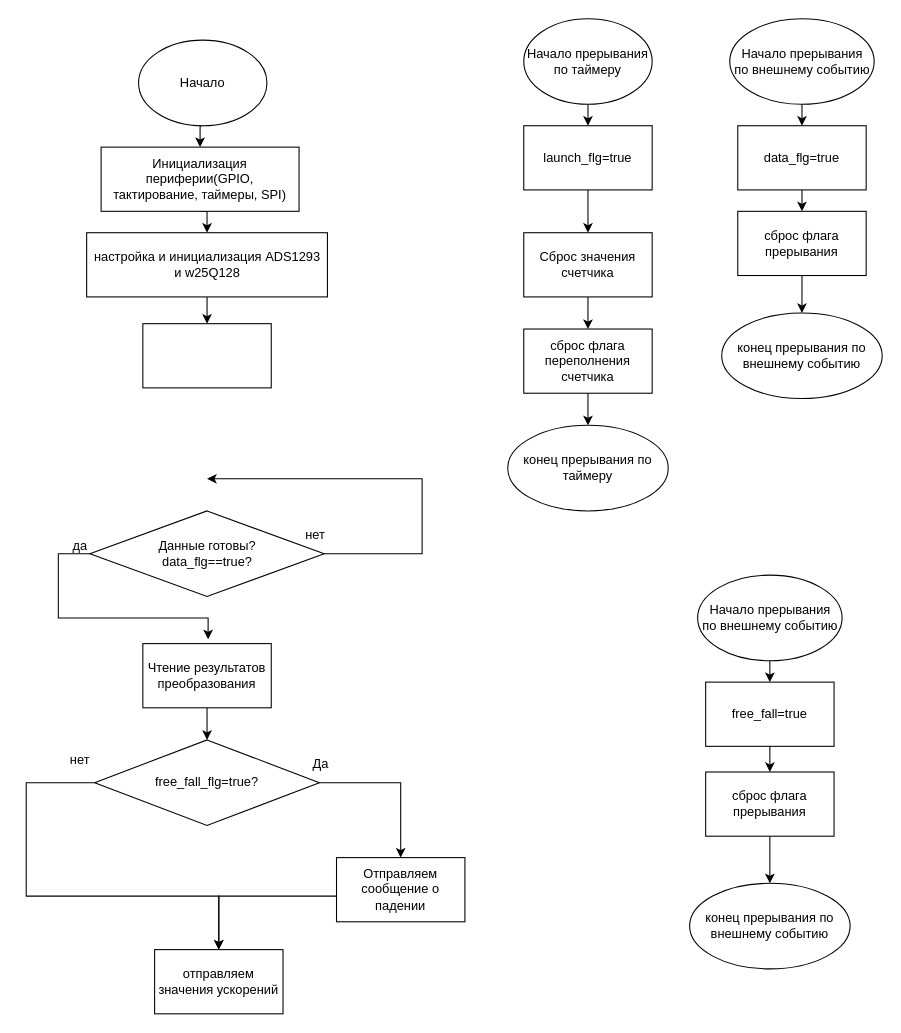
This is 16var(vr)/vanda.drawio from sogonov/kursachiki, a draw.io file, before an edit. Source tidied: cells renumbered, new cells numbered last; positions are measured from the earlier drawing's top-left corner, leaving out a move shared by most shapes. Both pictures are drawn from the tidied source at 107%, with x=0, y=0 at pixel (26, 18).
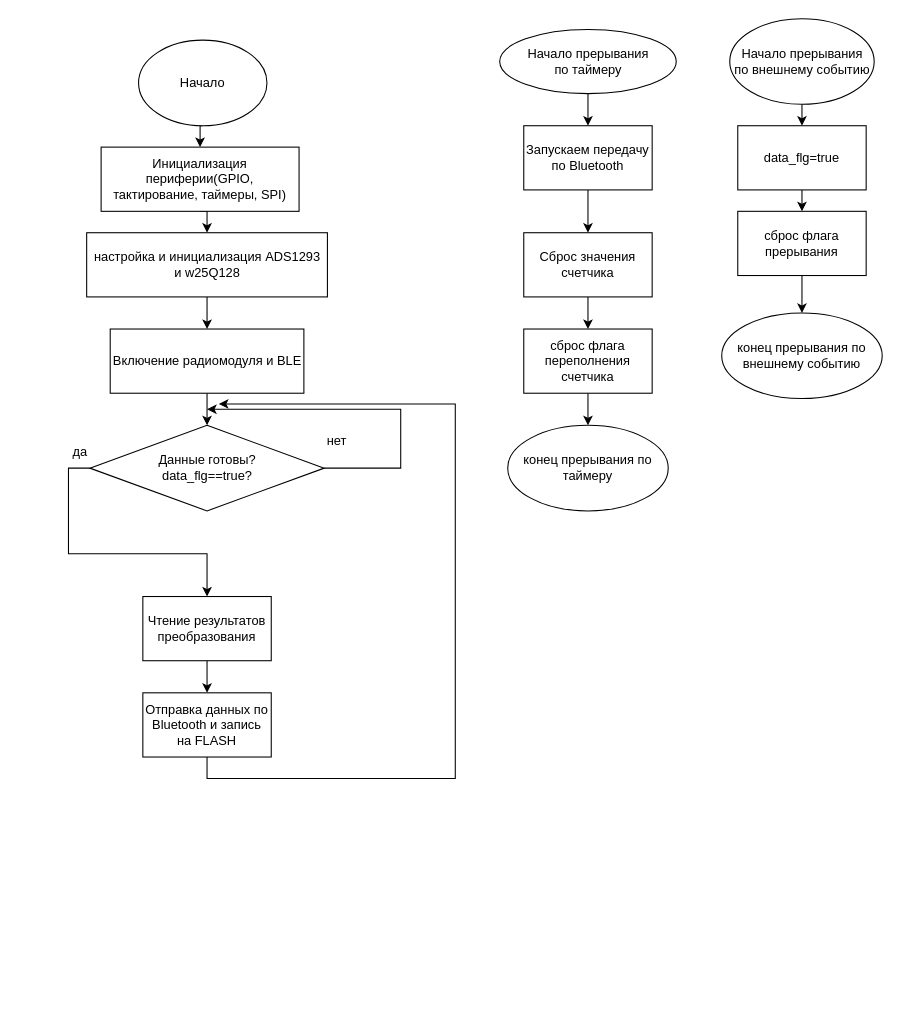
After the change.

Change to the diagram source:
```diff
@@
     <mxCell id="9" value="Начало прерывания&lt;br&gt;по таймеру" style="ellipse;whiteSpace=wrap;html=1;" parent="1" vertex="1">
-      <mxGeometry x="465" width="120" height="80" as="geometry" />
+      <mxGeometry x="442.5" y="10" width="165" height="60" as="geometry" />
     </mxCell>
@@
-    <mxCell id="11" value="launch_flg=true" style="rounded=0;whiteSpace=wrap;html=1;" parent="1" vertex="1">
+    <mxCell id="11" value="Запускаем передачу по Bluetooth" style="rounded=0;whiteSpace=wrap;html=1;" parent="1" vertex="1">
       <mxGeometry x="465" y="100" width="120" height="60" as="geometry" />
     </mxCell>
@@
-    <mxCell id="22" style="edgeStyle=orthogonalEdgeStyle;rounded=0;jettySize=auto;html=1;exitX=0.5;exitY=1;exitDx=0;exitDy=0;entryX=0.5;entryY=0;entryDx=0;entryDy=0;" parent="1" edge="1" source="23" target="26">
-      <mxGeometry relative="1" as="geometry" />
-    </mxCell>
-    <mxCell id="23" value="Чтение результатов преобразования" style="whiteSpace=wrap;html=1;" parent="1" vertex="1">
-      <mxGeometry x="109" y="584" width="120" height="60" as="geometry" />
-    </mxCell>
-    <mxCell id="24" style="edgeStyle=orthogonalEdgeStyle;rounded=0;jettySize=auto;html=1;" parent="1" edge="1" source="26" target="30">
-      <mxGeometry relative="1" as="geometry" />
-    </mxCell>
-    <mxCell id="25" style="edgeStyle=orthogonalEdgeStyle;rounded=0;jettySize=auto;html=1;entryX=0.5;entryY=0;entryDx=0;entryDy=0;" parent="1" edge="1" source="26" target="36">
-      <mxGeometry relative="1" as="geometry">
-        <Array as="points">
-          <mxPoint y="714" />
-          <mxPoint y="820" />
-          <mxPoint x="180" y="820" />
-        </Array>
-      </mxGeometry>
-    </mxCell>
-    <mxCell id="26" value="free_fall_flg=true?" style="rhombus;whiteSpace=wrap;html=1;" parent="1" vertex="1">
-      <mxGeometry x="64" y="674" width="210" height="80" as="geometry" />
-    </mxCell>
-    <mxCell id="27" value="нет" style="text;html=1;align=center;verticalAlign=middle;strokeColor=none;fillColor=none;" parent="1" vertex="1">
-      <mxGeometry x="30" y="678" width="40" height="30" as="geometry" />
-    </mxCell>
-    <mxCell id="28" value="Да" style="text;html=1;align=center;verticalAlign=middle;strokeColor=none;fillColor=none;" parent="1" vertex="1">
-      <mxGeometry x="255" y="682" width="40" height="30" as="geometry" />
-    </mxCell>
-    <mxCell id="29" style="edgeStyle=orthogonalEdgeStyle;rounded=0;jettySize=auto;html=1;" parent="1" edge="1" source="30" target="36">
-      <mxGeometry relative="1" as="geometry">
-        <Array as="points">
-          <mxPoint x="180" y="820" />
-        </Array>
-      </mxGeometry>
-    </mxCell>
-    <mxCell id="30" value="Отправляем сообщение о падении" style="whiteSpace=wrap;html=1;" parent="1" vertex="1">
-      <mxGeometry x="290" y="784" width="120" height="60" as="geometry" />
-    </mxCell>
-    <mxCell id="31" style="edgeStyle=orthogonalEdgeStyle;rounded=0;jettySize=auto;html=1;exitX=0;exitY=0.5;exitDx=0;exitDy=0;" parent="1" edge="1" source="33">
-      <mxGeometry relative="1" as="geometry">
-        <mxPoint x="170" y="580" as="targetPoint" />
-        <Array as="points">
-          <mxPoint x="30" y="500" />
-          <mxPoint x="30" y="560" />
-          <mxPoint x="170" y="560" />
-        </Array>
-      </mxGeometry>
-    </mxCell>
-    <mxCell id="32" style="edgeStyle=orthogonalEdgeStyle;rounded=0;jettySize=auto;html=1;" parent="1" edge="1" source="33">
-      <mxGeometry relative="1" as="geometry">
-        <mxPoint x="169" y="430" as="targetPoint" />
-        <Array as="points">
-          <mxPoint x="370" y="500" />
-          <mxPoint x="370" y="430" />
-        </Array>
-      </mxGeometry>
-    </mxCell>
+    <mxCell id="47" style="edgeStyle=orthogonalEdgeStyle;rounded=0;jettySize=auto;html=1;" parent="1" edge="1" source="33">
+      <mxGeometry relative="1" as="geometry">
+        <mxPoint x="169" y="365" as="targetPoint" />
+        <Array as="points">
+          <mxPoint x="350" y="420" />
+          <mxPoint x="350" y="365" />
+        </Array>
+      </mxGeometry>
+    </mxCell>
     <mxCell id="33" value="Данные готовы?&lt;br style=&quot;border-color: var(--border-color);&quot;&gt;data_flg==true?" style="rhombus;whiteSpace=wrap;html=1;" parent="1" vertex="1">
-      <mxGeometry x="59.5" y="460" width="219" height="80" as="geometry" />
+      <mxGeometry x="59.5" y="380" width="219" height="80" as="geometry" />
     </mxCell>
     <mxCell id="34" value="да" style="text;html=1;align=center;verticalAlign=middle;strokeColor=none;fillColor=none;" parent="1" vertex="1">
-      <mxGeometry x="30" y="478" width="40" height="30" as="geometry" />
+      <mxGeometry x="30" y="390" width="40" height="30" as="geometry" />
     </mxCell>
     <mxCell id="35" value="нет" style="text;html=1;align=center;verticalAlign=middle;strokeColor=none;fillColor=none;" parent="1" vertex="1">
-      <mxGeometry x="250" y="468" width="40" height="30" as="geometry" />
+      <mxGeometry x="270" y="380" width="40" height="30" as="geometry" />
     </mxCell>
-    <mxCell id="36" value="отправляем значения ускорений" style="whiteSpace=wrap;html=1;" parent="1" vertex="1">
-      <mxGeometry x="120" y="870" width="120" height="60" as="geometry" />
-    </mxCell>
-    <mxCell id="37" style="edgeStyle=orthogonalEdgeStyle;rounded=0;jettySize=auto;html=1;exitX=0.5;exitY=1;exitDx=0;exitDy=0;entryX=0.5;entryY=0;entryDx=0;entryDy=0;" parent="1" edge="1" source="38" target="40">
-      <mxGeometry relative="1" as="geometry" />
-    </mxCell>
-    <mxCell id="38" value="Начало прерывания&lt;br&gt;по внешнему событию" style="ellipse;whiteSpace=wrap;html=1;" parent="1" vertex="1">
-      <mxGeometry x="627.5" y="520" width="135" height="80" as="geometry" />
-    </mxCell>
-    <mxCell id="39" style="edgeStyle=orthogonalEdgeStyle;rounded=0;jettySize=auto;html=1;exitX=0.5;exitY=1;exitDx=0;exitDy=0;entryX=0.5;entryY=0;entryDx=0;entryDy=0;" parent="1" edge="1" source="43" target="41">
-      <mxGeometry relative="1" as="geometry" />
-    </mxCell>
-    <mxCell id="40" value="free_fall=true" style="rounded=0;whiteSpace=wrap;html=1;" parent="1" vertex="1">
-      <mxGeometry x="635" y="620" width="120" height="60" as="geometry" />
-    </mxCell>
-    <mxCell id="41" value="конец прерывания по внешнему событию" style="ellipse;whiteSpace=wrap;html=1;rounded=0;" parent="1" vertex="1">
-      <mxGeometry x="620" y="808" width="150" height="80" as="geometry" />
-    </mxCell>
-    <mxCell id="42" style="edgeStyle=orthogonalEdgeStyle;rounded=0;jettySize=auto;html=1;exitX=0.5;exitY=1;exitDx=0;exitDy=0;entryX=0.5;entryY=0;entryDx=0;entryDy=0;" parent="1" edge="1" source="40" target="43">
-      <mxGeometry relative="1" as="geometry" />
-    </mxCell>
-    <mxCell id="43" value="сброс флага прерывания" style="rounded=0;whiteSpace=wrap;html=1;" parent="1" vertex="1">
-      <mxGeometry x="635" y="704" width="120" height="60" as="geometry" />
-    </mxCell>
@@
+    <mxCell id="48" style="edgeStyle=orthogonalEdgeStyle;rounded=0;jettySize=auto;html=1;" parent="1" edge="1" source="46">
+      <mxGeometry relative="1" as="geometry">
+        <mxPoint x="169" y="380" as="targetPoint" />
+      </mxGeometry>
+    </mxCell>
-    <mxCell id="46" style="whiteSpace=wrap;html=1;rounded=0;" parent="1" vertex="1">
-      <mxGeometry x="109" y="285" width="120" height="60" as="geometry" />
+    <mxCell id="46" value="Включение радиомодуля и BLE" style="whiteSpace=wrap;html=1;rounded=0;" parent="1" vertex="1">
+      <mxGeometry x="78.5" y="290" width="181" height="60" as="geometry" />
     </mxCell>
+    <mxCell id="49" style="edgeStyle=orthogonalEdgeStyle;rounded=0;jettySize=auto;html=1;exitX=0;exitY=0.5;exitDx=0;exitDy=0;" parent="1" edge="1" source="33" target="23">
+      <mxGeometry relative="1" as="geometry" />
+    </mxCell>
+    <mxCell id="50" style="edgeStyle=orthogonalEdgeStyle;rounded=0;jettySize=auto;html=1;" parent="1" edge="1" source="23" target="52">
+      <mxGeometry relative="1" as="geometry" />
+    </mxCell>
+    <mxCell id="23" value="Чтение результатов преобразования" style="whiteSpace=wrap;html=1;" parent="1" vertex="1">
+      <mxGeometry x="109" y="540" width="120" height="60" as="geometry" />
+    </mxCell>
+    <mxCell id="51" style="edgeStyle=orthogonalEdgeStyle;rounded=0;jettySize=auto;html=1;exitX=0.5;exitY=1;exitDx=0;exitDy=0;" parent="1" edge="1" source="52">
+      <mxGeometry relative="1" as="geometry">
+        <mxPoint x="180" y="360" as="targetPoint" />
+        <Array as="points">
+          <mxPoint x="169" y="710" />
+          <mxPoint x="401" y="710" />
+        </Array>
+      </mxGeometry>
+    </mxCell>
+    <mxCell id="52" value="Отправка данных по Bluetooth и запись на FLASH" style="whiteSpace=wrap;html=1;" parent="1" vertex="1">
+      <mxGeometry x="109" y="630" width="120" height="60" as="geometry" />
+    </mxCell>
```
